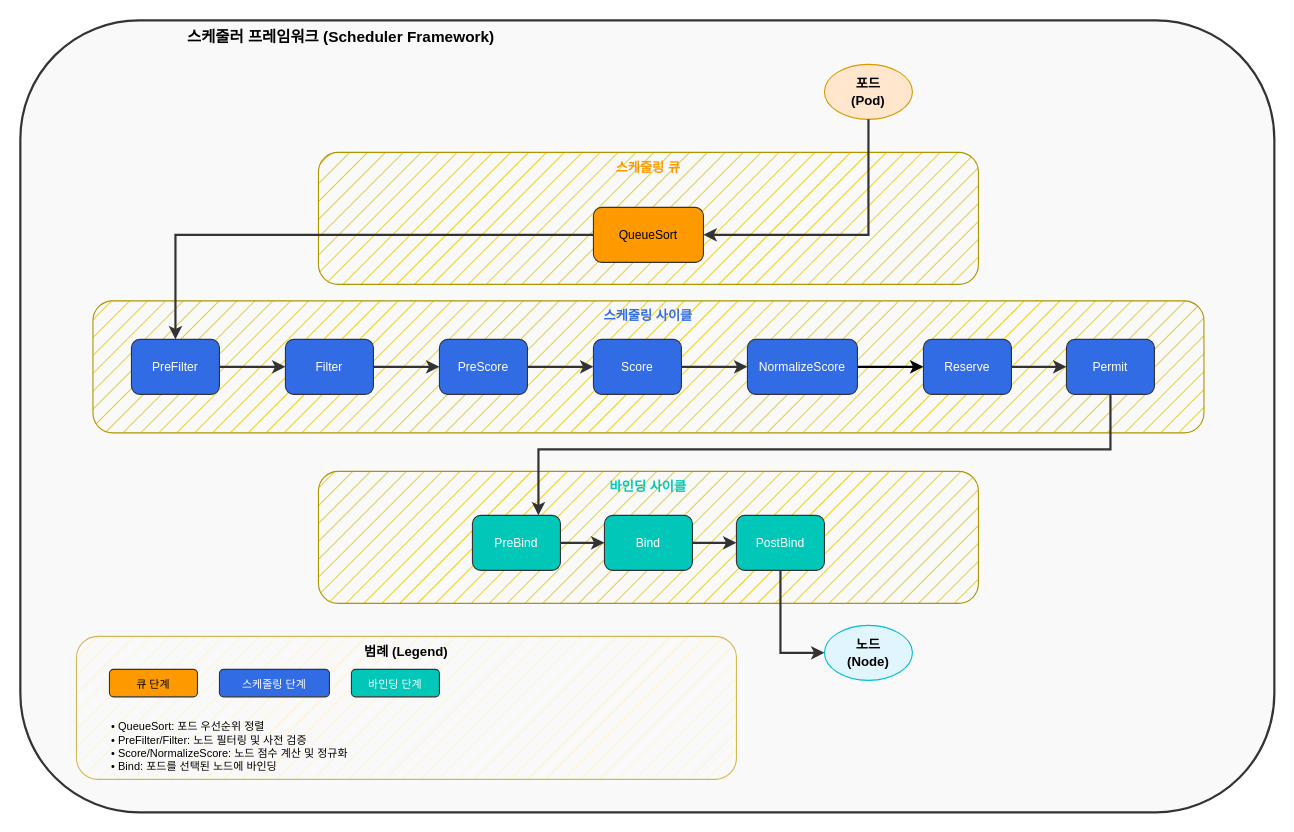
Earlier version of the draw.io diagram assets/generated-diagrams/custom-scheduler-framework-architecture.drawio (Atom-oh/kubernetes-docs). Source tidied: cells renumbered, new cells numbered last; positions are measured from the earlier drawing's top-left corner, leaving out a move shared by most shapes. Both pictures are drawn from the tidied source at 110%, with x=0, y=0 at pixel (20, 20).
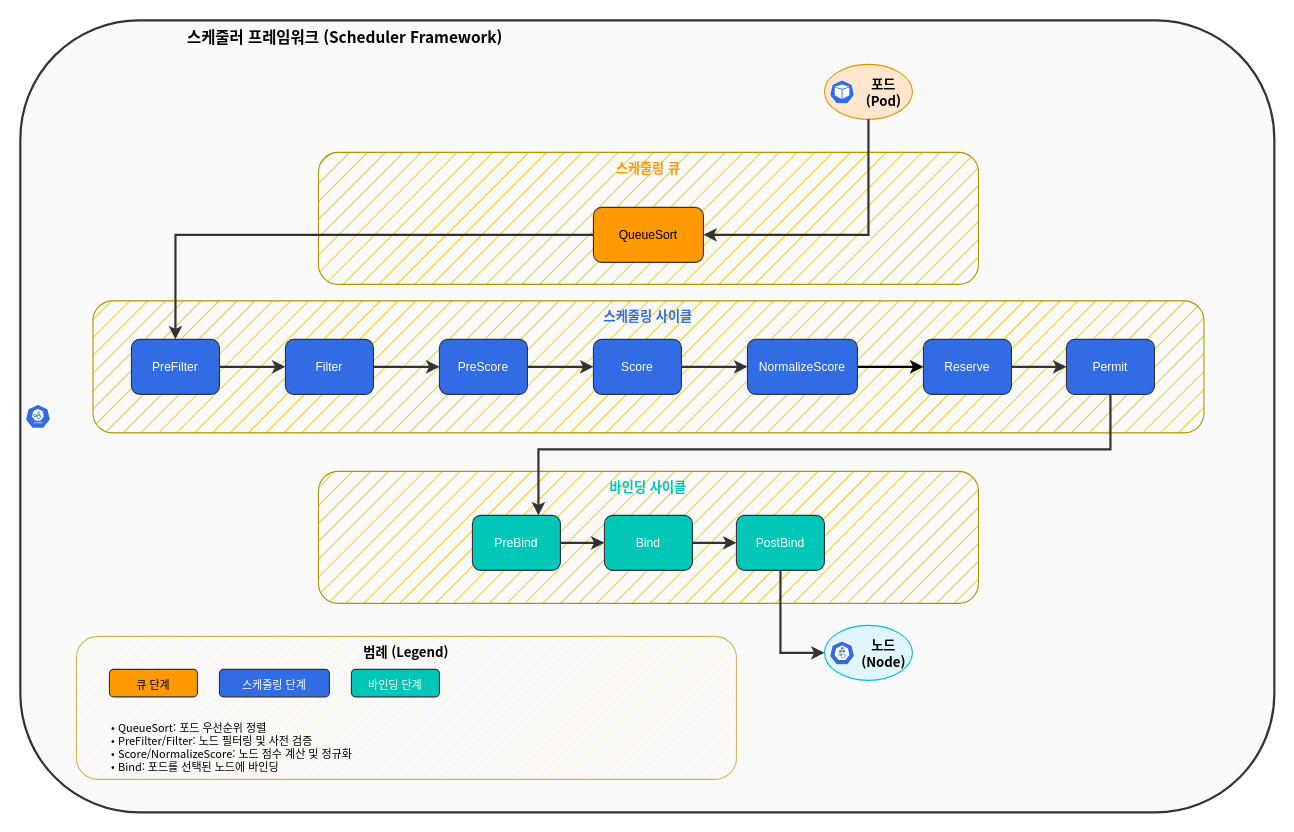
The same diagram, later.

Diff of the diagram source:
```diff
@@
-    <mxCell id="2" value="스케줄러 프레임워크 (Scheduler Framework)" style="rounded=1;whiteSpace=wrap;html=1;fillColor=#f9f9f9;strokeColor=#333333;strokeWidth=2;fontSize=14;fontStyle=1;verticalAlign=top;align=left;spacingLeft=150;" parent="1" vertex="1">
+    <mxCell id="2" value="스케줄러 프레임워크 (Scheduler Framework)" style="rounded=1;whiteSpace=wrap;html=1;fillColor=#f9f9f9;strokeColor=#333333;strokeWidth=2;fontSize=14;fontStyle=1;verticalAlign=top;align=left;spacingLeft=150;fontFamily=Noto Sans CJK KR;" parent="1" vertex="1">
       <mxGeometry width="1140" height="720" as="geometry" />
     </mxCell>
-    <mxCell id="3" value="&lt;span style=&quot;color: rgb(0, 199, 183);&quot;&gt;바인딩 사이클&lt;/span&gt;" style="rounded=1;whiteSpace=wrap;html=1;strokeWidth=1;fontSize=12;fontStyle=1;verticalAlign=top;fillColor=#e3c800;strokeColor=#B09500;fillStyle=hatch;fontColor=#000000;" parent="1" vertex="1">
+    <mxCell id="3" value="&lt;span style=&quot;color: rgb(0, 199, 183);&quot;&gt;바인딩 사이클&lt;/span&gt;" style="rounded=1;whiteSpace=wrap;html=1;strokeWidth=1;fontSize=12;fontStyle=1;verticalAlign=top;fillColor=#e3c800;strokeColor=#B09500;fillStyle=hatch;fontColor=#000000;fontFamily=Noto Sans CJK KR;" parent="1" vertex="1">
       <mxGeometry x="271" y="410" width="600" height="120" as="geometry" />
     </mxCell>
-    <mxCell id="4" value="&lt;span style=&quot;color: rgb(255, 153, 0);&quot;&gt;스케줄링 큐&lt;/span&gt;" style="rounded=1;whiteSpace=wrap;html=1;strokeWidth=1;fontSize=12;fontStyle=1;verticalAlign=top;fillColor=#e3c800;strokeColor=#B09500;fillStyle=hatch;fontColor=#000000;" parent="1" vertex="1">
+    <mxCell id="4" value="&lt;span style=&quot;color: rgb(255, 153, 0);&quot;&gt;스케줄링 큐&lt;/span&gt;" style="rounded=1;whiteSpace=wrap;html=1;strokeWidth=1;fontSize=12;fontStyle=1;verticalAlign=top;fillColor=#e3c800;strokeColor=#B09500;fillStyle=hatch;fontColor=#000000;fontFamily=Noto Sans CJK KR;" parent="1" vertex="1">
       <mxGeometry x="271" y="120" width="600" height="120" as="geometry" />
     </mxCell>
-    <mxCell id="5" value="&lt;span style=&quot;color: rgb(50, 108, 229);&quot;&gt;스케줄링 사이클&lt;/span&gt;" style="rounded=1;whiteSpace=wrap;html=1;fillColor=#e3c800;strokeColor=#B09500;strokeWidth=1;fontSize=12;fontStyle=1;verticalAlign=top;fontColor=#000000;fillStyle=hatch;" parent="1" vertex="1">
+    <mxCell id="5" value="&lt;span style=&quot;color: rgb(50, 108, 229);&quot;&gt;스케줄링 사이클&lt;/span&gt;" style="rounded=1;whiteSpace=wrap;html=1;fillColor=#e3c800;strokeColor=#B09500;strokeWidth=1;fontSize=12;fontStyle=1;verticalAlign=top;fontColor=#000000;fillStyle=hatch;fontFamily=Noto Sans CJK KR;" parent="1" vertex="1">
       <mxGeometry x="66" y="255" width="1010" height="120" as="geometry" />
     </mxCell>
-    <mxCell id="6" value="포드&#10;(Pod)" style="ellipse;whiteSpace=wrap;html=1;fillColor=#FFE6CC;strokeColor=#D79B00;fontSize=12;fontStyle=1;" parent="1" vertex="1">
+    <mxCell id="6" value="포드&#10;(Pod)" style="ellipse;whiteSpace=wrap;html=1;fillColor=#FFE6CC;strokeColor=#D79B00;fontSize=12;fontStyle=1;fontFamily=Noto Sans CJK KR;spacingLeft=28;" parent="1" vertex="1">
       <mxGeometry x="731" y="40" width="80" height="50" as="geometry" />
     </mxCell>
@@
-    <mxCell id="19" value="노드&#10;(Node)" style="ellipse;whiteSpace=wrap;html=1;fillColor=#E1F5FE;strokeColor=#00BCD4;fontSize=12;fontStyle=1;" parent="1" vertex="1">
+    <mxCell id="19" value="노드&#10;(Node)" style="ellipse;whiteSpace=wrap;html=1;fillColor=#E1F5FE;strokeColor=#00BCD4;fontSize=12;fontStyle=1;fontFamily=Noto Sans CJK KR;spacingLeft=28;" parent="1" vertex="1">
       <mxGeometry x="731" y="550" width="80" height="50" as="geometry" />
     </mxCell>
@@
-    <mxCell id="31" value="범례 (Legend)" style="rounded=1;whiteSpace=wrap;html=1;strokeWidth=1;fontSize=12;fontStyle=1;verticalAlign=top;fillColor=#fff2cc;strokeColor=#d6b656;fillStyle=hatch;" parent="1" vertex="1">
+    <mxCell id="31" value="범례 (Legend)" style="rounded=1;whiteSpace=wrap;html=1;strokeWidth=1;fontSize=12;fontStyle=1;verticalAlign=top;fillColor=#fff2cc;strokeColor=#d6b656;fillStyle=hatch;fontFamily=Noto Sans CJK KR;" parent="1" vertex="1">
       <mxGeometry x="51" y="560" width="600" height="130" as="geometry" />
     </mxCell>
-    <mxCell id="32" value="큐 단계" style="rounded=1;whiteSpace=wrap;html=1;fillColor=#FF9900;strokeColor=#333333;fontSize=10;fontColor=black;" parent="1" vertex="1">
+    <mxCell id="32" value="큐 단계" style="rounded=1;whiteSpace=wrap;html=1;fillColor=#FF9900;strokeColor=#333333;fontSize=10;fontColor=black;fontFamily=Noto Sans CJK KR;" parent="1" vertex="1">
       <mxGeometry x="81" y="590" width="80" height="25" as="geometry" />
     </mxCell>
-    <mxCell id="33" value="스케줄링 단계" style="rounded=1;whiteSpace=wrap;html=1;fillColor=#326CE5;strokeColor=#333333;fontSize=10;fontColor=white;" parent="1" vertex="1">
+    <mxCell id="33" value="스케줄링 단계" style="rounded=1;whiteSpace=wrap;html=1;fillColor=#326CE5;strokeColor=#333333;fontSize=10;fontColor=white;fontFamily=Noto Sans CJK KR;" parent="1" vertex="1">
       <mxGeometry x="181" y="590" width="100" height="25" as="geometry" />
     </mxCell>
-    <mxCell id="34" value="바인딩 단계" style="rounded=1;whiteSpace=wrap;html=1;fillColor=#00C7B7;strokeColor=#333333;fontSize=10;fontColor=white;" parent="1" vertex="1">
+    <mxCell id="34" value="바인딩 단계" style="rounded=1;whiteSpace=wrap;html=1;fillColor=#00C7B7;strokeColor=#333333;fontSize=10;fontColor=white;fontFamily=Noto Sans CJK KR;" parent="1" vertex="1">
       <mxGeometry x="301" y="590" width="80" height="25" as="geometry" />
     </mxCell>
-    <mxCell id="35" value="• QueueSort: 포드 우선순위 정렬&#10;• PreFilter/Filter: 노드 필터링 및 사전 검증&#10;• Score/NormalizeScore: 노드 점수 계산 및 정규화&#10;• Bind: 포드를 선택된 노드에 바인딩" style="text;html=1;strokeColor=none;fillColor=none;align=left;verticalAlign=top;whiteSpace=wrap;rounded=0;fontSize=10;" parent="1" vertex="1">
+    <mxCell id="35" value="• QueueSort: 포드 우선순위 정렬&#10;• PreFilter/Filter: 노드 필터링 및 사전 검증&#10;• Score/NormalizeScore: 노드 점수 계산 및 정규화&#10;• Bind: 포드를 선택된 노드에 바인딩" style="text;html=1;strokeColor=none;fillColor=none;align=left;verticalAlign=top;whiteSpace=wrap;rounded=0;fontSize=10;strokeWidth=2;fontFamily=Noto Sans CJK KR;" parent="1" vertex="1">
       <mxGeometry x="81" y="630" width="560" height="40" as="geometry" />
     </mxCell>
+    <mxCell id="36" style="sketch=0;fontColor=#232F3E;gradientColor=none;fillColor=#326CE5;strokeColor=none;dashed=0;verticalLabelPosition=middle;verticalAlign=middle;align=left;html=1;fontSize=0;fontStyle=0;shape=mxgraph.kubernetes.icon;prIcon=sched;" parent="1" vertex="1">
+      <mxGeometry x="4" y="349" width="24" height="22" as="geometry" />
+    </mxCell>
+    <mxCell id="37" style="sketch=0;fontColor=#232F3E;gradientColor=none;fillColor=#326CE5;strokeColor=none;dashed=0;verticalLabelPosition=middle;verticalAlign=middle;align=left;html=1;fontSize=0;fontStyle=0;shape=mxgraph.kubernetes.icon;prIcon=pod;" parent="1" vertex="1">
+      <mxGeometry x="735" y="54" width="24" height="22" as="geometry" />
+    </mxCell>
+    <mxCell id="38" style="sketch=0;fontColor=#232F3E;gradientColor=none;fillColor=#326CE5;strokeColor=none;dashed=0;verticalLabelPosition=middle;verticalAlign=middle;align=left;html=1;fontSize=0;fontStyle=0;shape=mxgraph.kubernetes.icon;prIcon=node;" parent="1" vertex="1">
+      <mxGeometry x="735" y="564" width="24" height="22" as="geometry" />
+    </mxCell>
```
